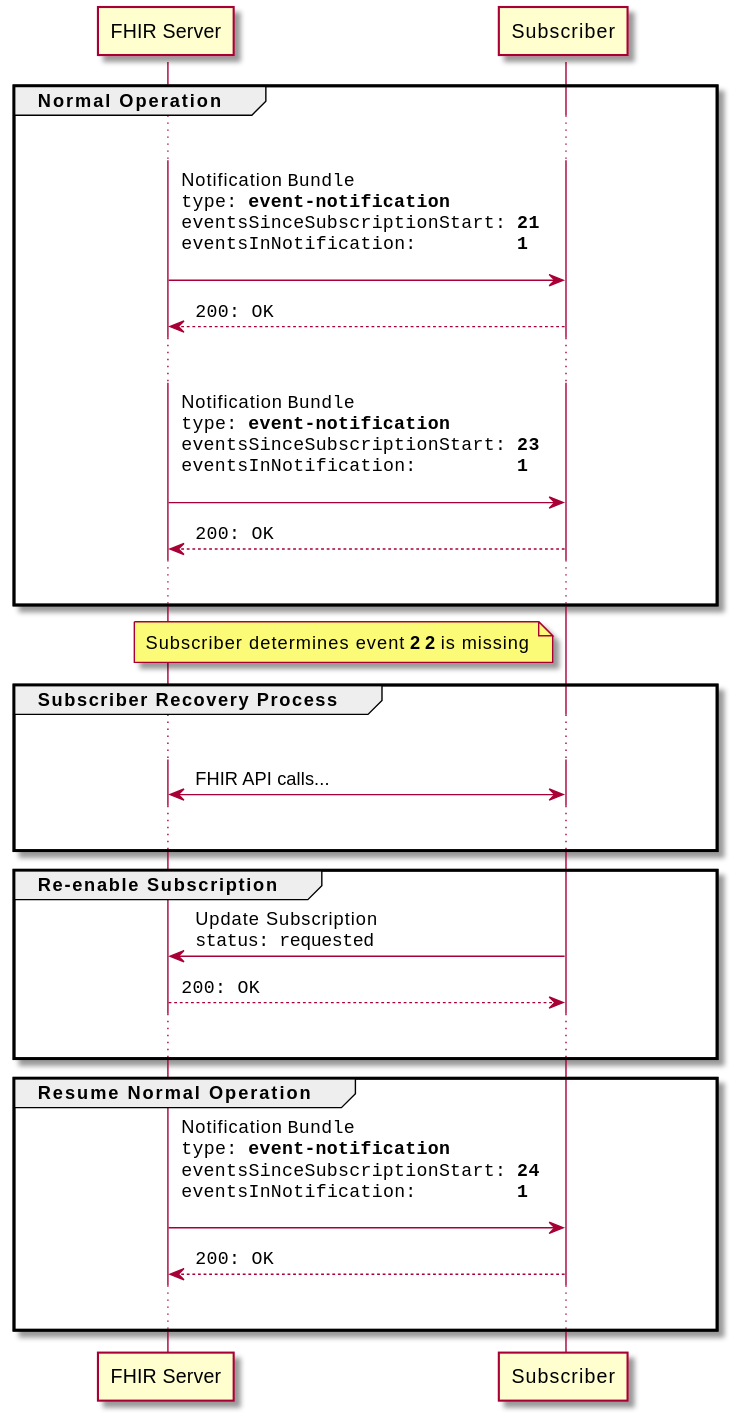
Earlier version of the PlantUML export images/subscriptions/subscription-error-missing-event.svg (HL7/fhir).
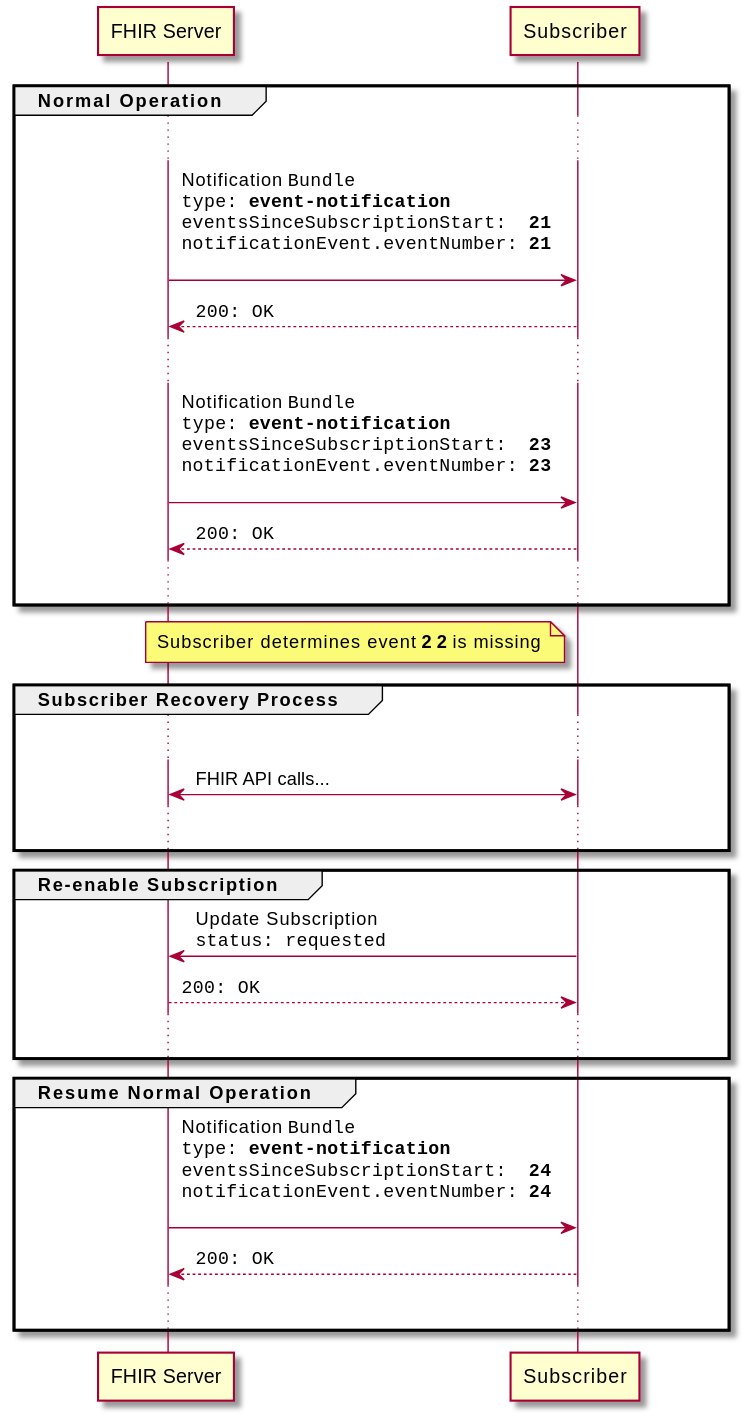
Above is the later version.

Commit message:
Updating diagrams based on model changes.

Diff of the diagram source:
```diff
@@ -9,10 +9,10 @@
 
 group Normal Operation
   ...
-  S -> C: Notification ""Bundle""\n""type: **event-notification**""\n""eventsSinceSubscriptionStart: **21**""\n""eventsInNotification:         **1**""\n
+  S -> C: Notification ""Bundle""\n""type: **event-notification**""\n""eventsSinceSubscriptionStart:  **21**""\n""notificationEvent.eventNumber: **21**""\n
   return ""200: OK""
   ...
-  S -> C: Notification ""Bundle""\n""type: **event-notification**""\n""eventsSinceSubscriptionStart: **23**""\n""eventsInNotification:         **1**""\n
+  S -> C: Notification ""Bundle""\n""type: **event-notification**""\n""eventsSinceSubscriptionStart:  **23**""\n""notificationEvent.eventNumber: **23**""\n
   return ""200: OK""
   ...
 end
@@ -34,7 +34,7 @@
 end
 
 group Resume Normal Operation
-  S -> C: Notification ""Bundle""\n""type: **event-notification**""\n""eventsSinceSubscriptionStart: **24**""\n""eventsInNotification:         **1**""\n
+  S -> C: Notification ""Bundle""\n""type: **event-notification**""\n""eventsSinceSubscriptionStart:  **24**""\n""notificationEvent.eventNumber: **24**""\n
   return ""200: OK""
   ...
 end
```
